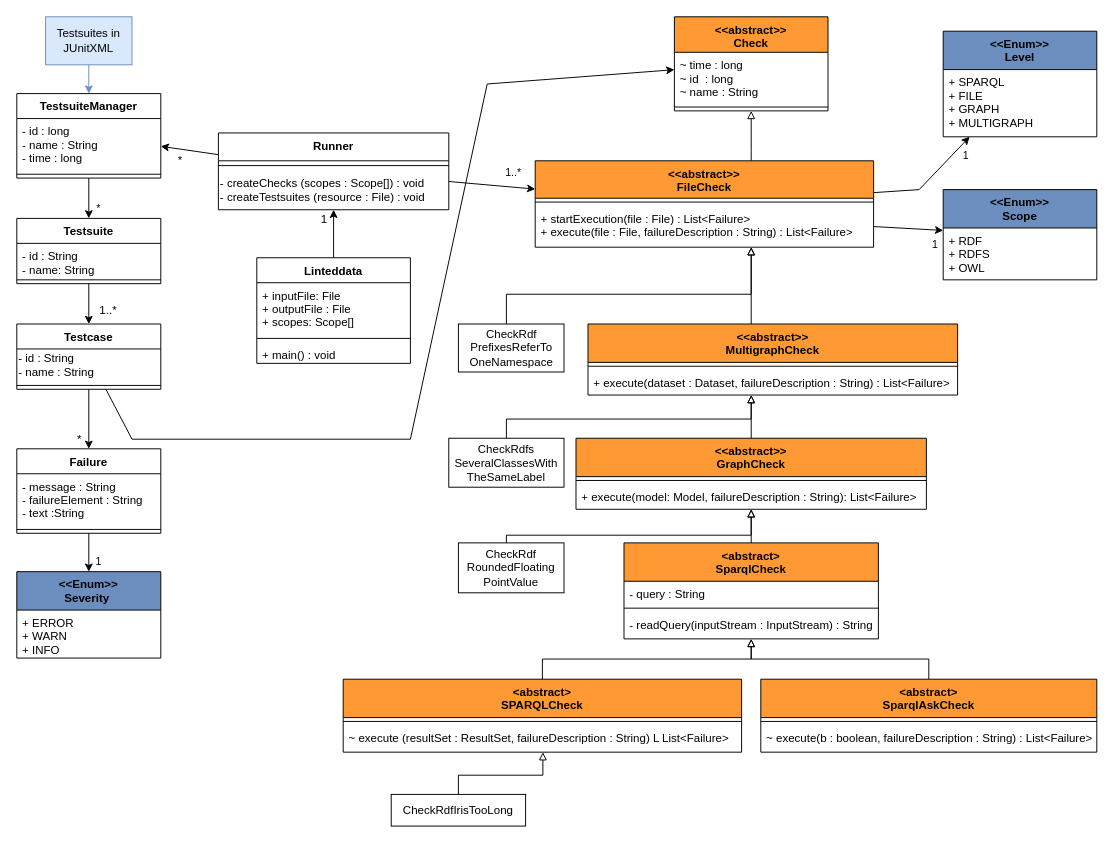
fusion-jena/linted-data keeps this draw.io diagram as graphics/class_diagram.drawio. Above is the earlier version. Source tidied: cells renumbered, new cells numbered last; positions are measured from the earlier drawing's top-left corner, leaving out a move shared by most shapes. Both pictures are drawn from the tidied source at 96%, with x=0, y=0 at pixel (16, 16).
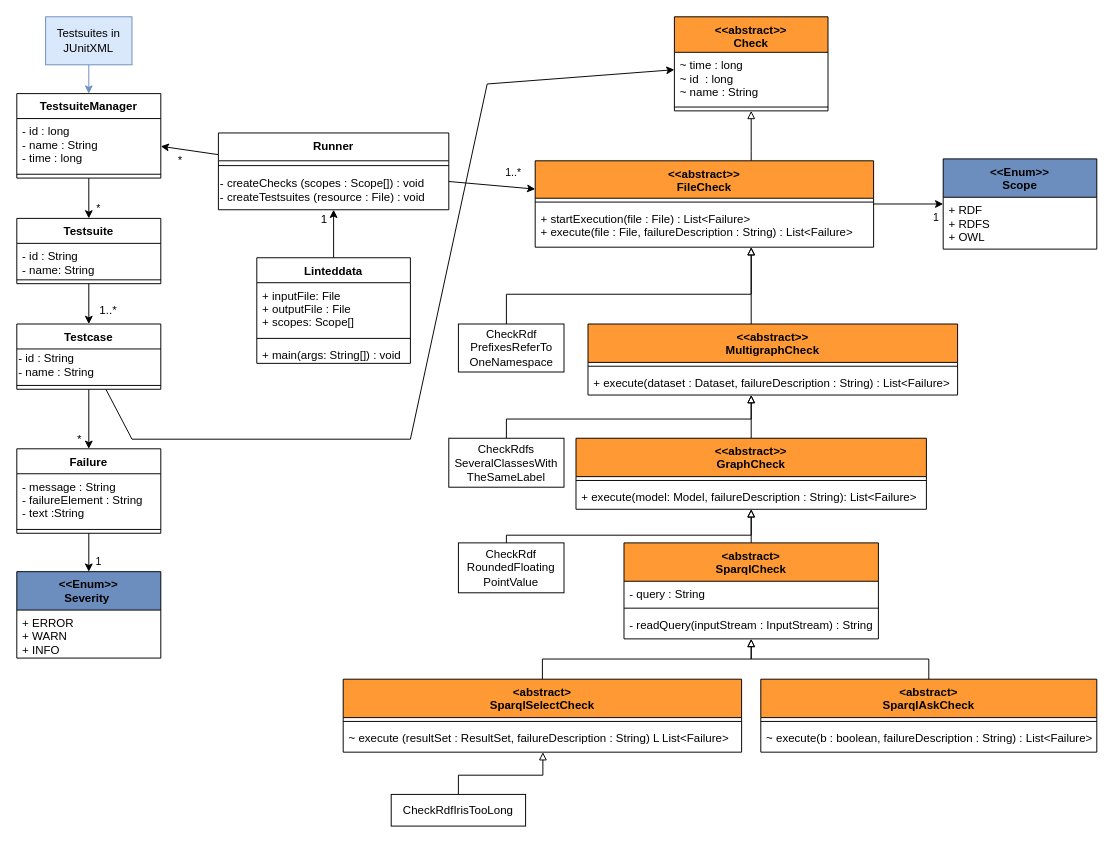
The same page after the edit.

Commit message (it also covers changes not shown here):
updated contributing.md and class_diagram

removed level from class_diagram

Unchanged cells that the change refers to:
```xml
<mxCell id="11" value="&lt;&lt;abstract&gt;&gt;&#10;FileCheck" style="swimlane;fontStyle=1;align=center;verticalAlign=top;horizontal=1;startSize=39;fillColor=#FF9933;" parent="1" vertex="1">
  <mxGeometry x="540" y="150" width="352.5" height="90" as="geometry" />
</mxCell>
<mxCell id="13" value="+ startExecution(file : File) : List&lt;Failure&gt;&#10;+ execute(file : File, failureDescription : String) : List&lt;Failure&gt;" style="text;strokeColor=none;fillColor=none;align=left;verticalAlign=top;spacingLeft=4;spacingRight=4;overflow=hidden;points=[[0,0.5],[1,0.5]];portConstraint=eastwest;" parent="11" vertex="1">
  <mxGeometry y="47" width="352.5" height="43" as="geometry" />
</mxCell>
<mxCell id="34" value="Linteddata" style="swimlane;fontStyle=1;align=center;verticalAlign=top;horizontal=1;startSize=26;" parent="1" vertex="1">
  <mxGeometry x="250" y="251" width="160" height="110" as="geometry" />
</mxCell>
```

Change to the diagram source:
```diff
@@
-    <mxCell id="2" value="&lt;&lt;Enum&gt;&gt;&#10;Level" style="swimlane;fontStyle=1;align=center;verticalAlign=top;horizontal=1;startSize=40;fillColor=#6C8EBF;strokeColor=#000000;" parent="1" vertex="1">
-      <mxGeometry x="965" y="15" width="160" height="110" as="geometry" />
-    </mxCell>
-    <mxCell id="3" value="+ SPARQL&#10;+ FILE&#10;+ GRAPH&#10;+ MULTIGRAPH" style="text;strokeColor=none;fillColor=none;align=left;verticalAlign=top;spacingLeft=4;spacingRight=4;overflow=hidden;" parent="2" vertex="1">
-      <mxGeometry y="40" width="160" height="70" as="geometry" />
-    </mxCell>
     <mxCell id="4" value="&lt;&lt;Enum&gt;&gt;&#10;Scope" style="swimlane;fontStyle=1;align=center;verticalAlign=top;horizontal=1;startSize=40;fillColor=#6C8EBF;strokeColor=#000000;" parent="1" vertex="1">
-      <mxGeometry x="965" y="180" width="160" height="94" as="geometry" />
+      <mxGeometry x="965" y="148" width="160" height="94" as="geometry" />
     </mxCell>
@@
-    <mxCell id="6" style="endArrow=classic;html=1;rounded=0;endFill=1;exitX=1;exitY=0.5;exitDx=0;exitDy=0;" parent="1" edge="1" source="13" target="4">
+    <mxCell id="6" style="endArrow=classic;html=1;rounded=0;endFill=1;" parent="1" edge="1" source="11" target="4">
       <mxGeometry relative="1" as="geometry" />
     </mxCell>
@@
-    <mxCell id="8" style="endArrow=classic;html=1;rounded=0;endFill=1;" parent="1" edge="1" source="11" target="2">
-      <mxGeometry relative="1" as="geometry">
-        <Array as="points">
-          <mxPoint x="940" y="180" />
-        </Array>
-      </mxGeometry>
-    </mxCell>
-    <mxCell id="9" value="1" style="edgeLabel;html=1;align=right;verticalAlign=bottom;" parent="8" vertex="1">
-      <mxGeometry x="1" relative="1" as="geometry">
-        <mxPoint x="-1" y="28" as="offset" />
-      </mxGeometry>
-    </mxCell>
@@
-    <mxCell id="37" value="+ main() : void" style="text;strokeColor=none;fillColor=none;align=left;verticalAlign=top;spacingLeft=4;spacingRight=4;overflow=hidden;" parent="34" vertex="1">
+    <mxCell id="37" value="+ main(args: String[]) : void" style="text;strokeColor=none;fillColor=none;align=left;verticalAlign=top;spacingLeft=4;spacingRight=4;overflow=hidden;" parent="34" vertex="1">
       <mxGeometry y="88" width="160" height="22" as="geometry" />
     </mxCell>
@@
-    <mxCell id="79" value="&lt;abstract&gt;&#10;SPARQLCheck" style="swimlane;fontStyle=1;align=center;verticalAlign=top;horizontal=1;startSize=40;fillColor=#FF9933;" parent="1" vertex="1">
+    <mxCell id="79" value="&lt;abstract&gt;&#10;SparqlSelectCheck" style="swimlane;fontStyle=1;align=center;verticalAlign=top;horizontal=1;startSize=40;fillColor=#FF9933;" parent="1" vertex="1">
       <mxGeometry x="340" y="690" width="415" height="76" as="geometry" />
     </mxCell>
```
